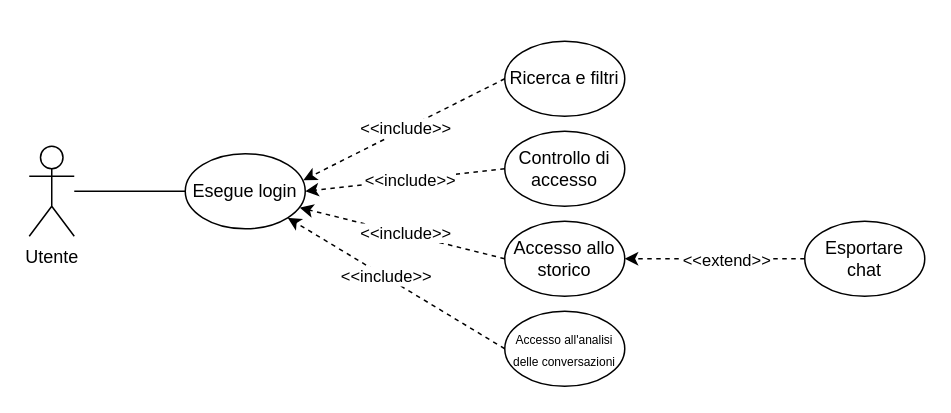
The draw.io diagram 3_Documentazione/Diagramma Progetto.drawio in GitSamuele/Chat-Locale, before the edit. Source tidied: cells renumbered, new cells numbered last; positions are measured from the earlier drawing's top-left corner, leaving out a move shared by most shapes. Both pictures are drawn from the tidied source at 150%, with x=0, y=0 at pixel (28, 40).
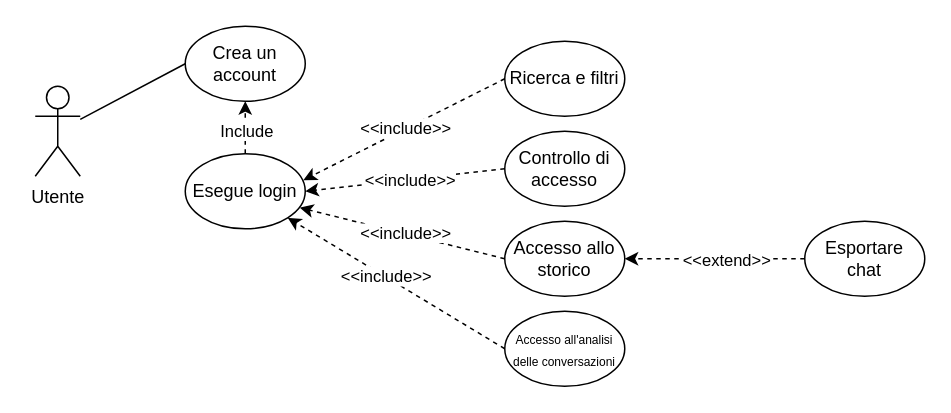
The same diagram, later.

The change refers to these unchanged cells:
```xml
<mxCell id="3" value="Esegue login" style="ellipse;whiteSpace=wrap;html=1;" parent="1" vertex="1">
  <mxGeometry x="104" y="75" width="80" height="50" as="geometry" />
</mxCell>
```

The edit, as a diff of the source:
```diff
@@
     <mxCell id="2" value="Utente" style="shape=umlActor;verticalLabelPosition=bottom;verticalAlign=top;html=1;outlineConnect=0;" parent="1" vertex="1">
-      <mxGeometry y="70" width="30" height="60" as="geometry" />
+      <mxGeometry x="4" y="30" width="30" height="60" as="geometry" />
     </mxCell>
@@
-    <mxCell id="4" style="endArrow=none;html=1;rounded=0;entryX=0;entryY=0.5;entryDx=0;entryDy=0;" parent="1" edge="1" source="2" target="3">
-      <mxGeometry relative="1" as="geometry" />
-    </mxCell>
@@
+    <mxCell id="20" value="Crea un account" style="ellipse;whiteSpace=wrap;html=1;" parent="1" vertex="1">
+      <mxGeometry x="104" y="-10" width="80" height="50" as="geometry" />
+    </mxCell>
+    <mxCell id="21" style="endArrow=none;html=1;rounded=0;entryX=0;entryY=0.5;entryDx=0;entryDy=0;" parent="1" edge="1" source="2" target="20">
+      <mxGeometry relative="1" as="geometry" />
+    </mxCell>
+    <mxCell id="22" style="endArrow=classic;html=1;rounded=0;entryX=0.5;entryY=1;entryDx=0;entryDy=0;exitX=0.5;exitY=0;exitDx=0;exitDy=0;dashed=1;" parent="1" edge="1" source="3" target="20">
+      <mxGeometry relative="1" as="geometry" />
+    </mxCell>
+    <mxCell id="23" value="Include" style="edgeLabel;html=1;align=center;verticalAlign=middle;" parent="22" vertex="1">
+      <mxGeometry x="-0.09" relative="1" as="geometry" />
+    </mxCell>
```
